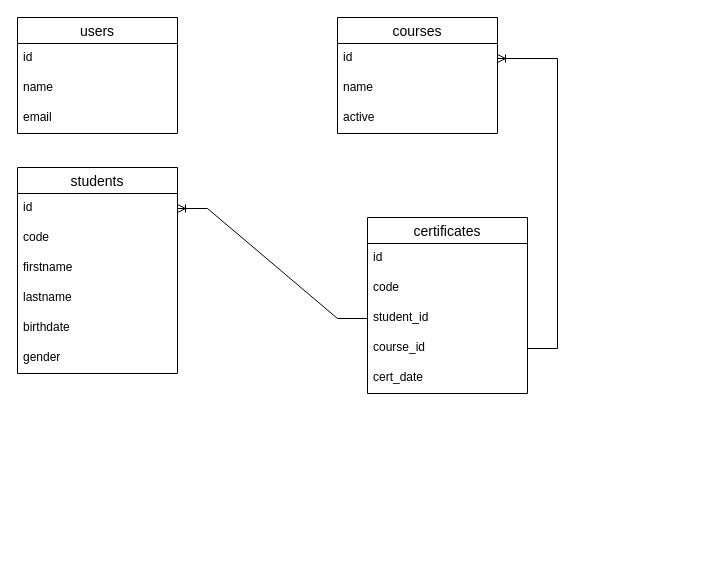
programwoft/test-repo keeps this draw.io diagram as Diagrama sin título.drawio. Above is the earlier version. Source tidied: cells renumbered, new cells numbered last; positions are measured from the earlier drawing's top-left corner, leaving out a move shared by most shapes. Both pictures are drawn from the tidied source at 100%, with x=0, y=0 at pixel (17, 17).
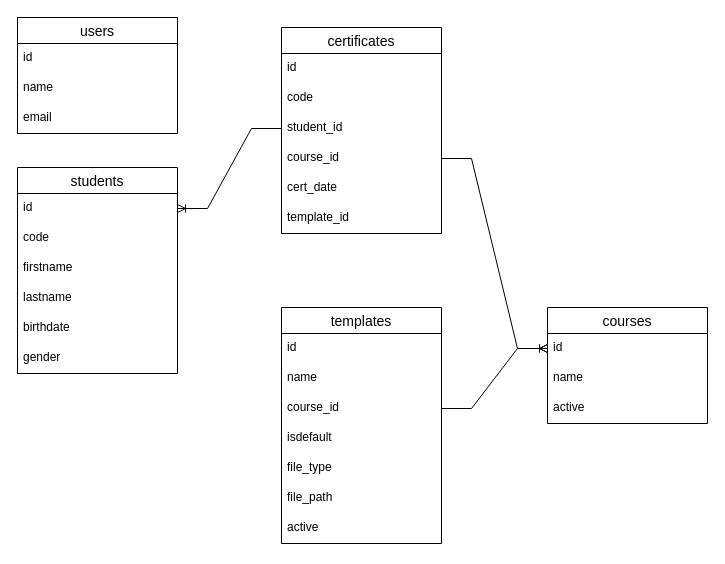
The same page after the edit.

Commit message:
Agregado tabla plantillas

Unchanged cells that the change refers to:
```xml
<mxCell id="14" value="id" style="text;strokeColor=none;fillColor=none;spacingLeft=4;spacingRight=4;overflow=hidden;points=[[0,0.5],[1,0.5]];portConstraint=eastwest;fontSize=12;whiteSpace=wrap;html=1;" parent="13" vertex="1">
  <mxGeometry y="26" width="160" height="30" as="geometry" />
</mxCell>
```

The edit, as a diff of the source:
```diff
@@
     <mxCell id="13" value="courses" style="swimlane;fontStyle=0;horizontal=1;startSize=26;align=center;fontSize=14;" parent="1" vertex="1">
-      <mxGeometry x="320" width="160" height="116" as="geometry" />
+      <mxGeometry x="530" y="290" width="160" height="116" as="geometry" />
     </mxCell>
@@
     <mxCell id="17" value="certificates" style="swimlane;fontStyle=0;horizontal=1;startSize=26;align=center;fontSize=14;" parent="1" vertex="1">
-      <mxGeometry x="350" y="200" width="160" height="176" as="geometry" />
+      <mxGeometry x="264" y="10" width="160" height="206" as="geometry" />
     </mxCell>
@@
+    <mxCell id="25" value="template_id" style="text;strokeColor=none;fillColor=none;spacingLeft=4;spacingRight=4;overflow=hidden;fontSize=12;whiteSpace=wrap;html=1;" parent="17" vertex="1">
+      <mxGeometry y="176" width="160" height="30" as="geometry" />
+    </mxCell>
@@
+    <mxCell id="26" value="templates" style="swimlane;fontStyle=0;horizontal=1;startSize=26;align=center;fontSize=14;" parent="1" vertex="1">
+      <mxGeometry x="264" y="290" width="160" height="236" as="geometry" />
+    </mxCell>
+    <mxCell id="27" value="id" style="text;strokeColor=none;fillColor=none;spacingLeft=4;spacingRight=4;overflow=hidden;fontSize=12;whiteSpace=wrap;html=1;" parent="26" vertex="1">
+      <mxGeometry y="26" width="160" height="30" as="geometry" />
+    </mxCell>
+    <mxCell id="28" value="name" style="text;strokeColor=none;fillColor=none;spacingLeft=4;spacingRight=4;overflow=hidden;fontSize=12;whiteSpace=wrap;html=1;" parent="26" vertex="1">
+      <mxGeometry y="56" width="160" height="30" as="geometry" />
+    </mxCell>
+    <mxCell id="29" value="course_id" style="text;strokeColor=none;fillColor=none;spacingLeft=4;spacingRight=4;overflow=hidden;points=[[0,0.5],[1,0.5]];portConstraint=eastwest;fontSize=12;whiteSpace=wrap;html=1;" parent="26" vertex="1">
+      <mxGeometry y="86" width="160" height="30" as="geometry" />
+    </mxCell>
+    <mxCell id="30" value="isdefault" style="text;strokeColor=none;fillColor=none;spacingLeft=4;spacingRight=4;overflow=hidden;fontSize=12;whiteSpace=wrap;html=1;" parent="26" vertex="1">
+      <mxGeometry y="116" width="160" height="30" as="geometry" />
+    </mxCell>
+    <mxCell id="31" value="file_type" style="text;strokeColor=none;fillColor=none;spacingLeft=4;spacingRight=4;overflow=hidden;fontSize=12;whiteSpace=wrap;html=1;" parent="26" vertex="1">
+      <mxGeometry y="146" width="160" height="30" as="geometry" />
+    </mxCell>
+    <mxCell id="32" value="file_path" style="text;strokeColor=none;fillColor=none;spacingLeft=4;spacingRight=4;overflow=hidden;fontSize=12;whiteSpace=wrap;html=1;" parent="26" vertex="1">
+      <mxGeometry y="176" width="160" height="30" as="geometry" />
+    </mxCell>
+    <mxCell id="33" value="active" style="text;strokeColor=none;fillColor=none;spacingLeft=4;spacingRight=4;overflow=hidden;fontSize=12;whiteSpace=wrap;html=1;" parent="26" vertex="1">
+      <mxGeometry y="206" width="160" height="30" as="geometry" />
+    </mxCell>
+    <mxCell id="34" style="edgeStyle=entityRelationEdgeStyle;fontSize=12;html=1;endArrow=ERoneToMany;rounded=0;" parent="1" edge="1" source="29" target="14">
+      <mxGeometry relative="1" as="geometry" />
+    </mxCell>
```
